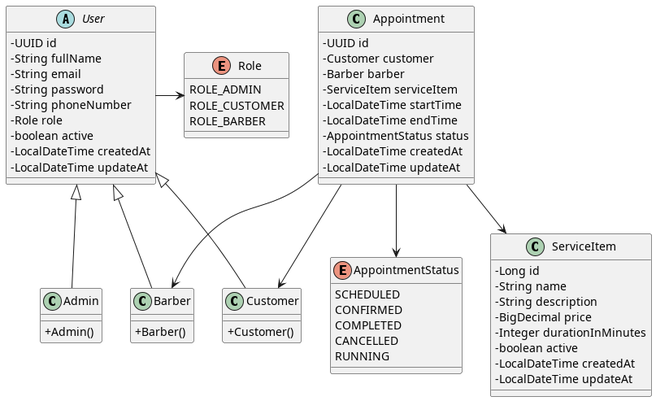
Above: docs/diagram_classes.png in MarcioFerreiraL/sistema-barbearia (PlantUML), before the change. Source of this version:
```plantuml
@startuml
skinparam classAttributeIconSize 0

abstract class User {
  - UUID id
  - String fullName
  - String email
  - String password
  - String phoneNumber
  - Role role
  - boolean active
  - LocalDateTime createdAt
  - LocalDateTime updateAt
}

class Customer {
  + Customer()
}

class Barber {
  + Barber()
}

class Admin {
  + Admin()
}

class ServiceItem {
  - Long id
  - String name
  - String description
  - BigDecimal price
  - Integer durationInMinutes
  - boolean active
  - LocalDateTime createdAt
  - LocalDateTime updateAt
}

class Appointment {
  - UUID id
  - Customer customer
  - Barber barber
  - ServiceItem serviceItem
  - LocalDateTime startTime
  - LocalDateTime endTime
  - AppointmentStatus status
  - LocalDateTime createdAt
  - LocalDateTime updateAt
}

enum Role {
  ROLE_ADMIN
  ROLE_CUSTOMER
  ROLE_BARBER
}

enum AppointmentStatus {
  SCHEDULED
  CONFIRMED
  COMPLETED
  CANCELLED
  RUNNING
}

User <|-- Customer
User <|-- Barber
User <|-- Admin
User -right-> Role
Appointment --> Customer
Appointment --> Barber
Appointment --> ServiceItem
Appointment --> AppointmentStatus
@enduml
```
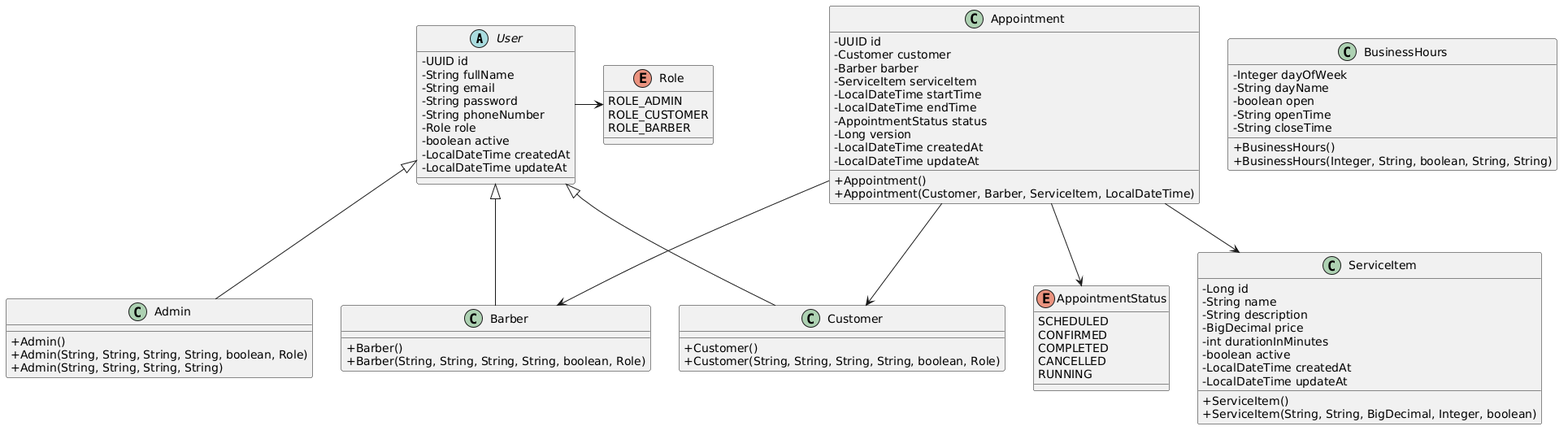
Later version of the same file.

Commit message:
docs: update use case and class diagrams and improve project documentation in README

Diff of the diagram source:
```diff
@@ -15,14 +15,18 @@
 
 class Customer {
   + Customer()
+  + Customer(String, String, String, String, boolean, Role)
 }
 
 class Barber {
   + Barber()
+  + Barber(String, String, String, String, boolean, Role)
 }
 
 class Admin {
   + Admin()
+  + Admin(String, String, String, String, boolean, Role)
+  + Admin(String, String, String, String)
 }
 
 class ServiceItem {
@@ -30,10 +34,12 @@
   - String name
   - String description
   - BigDecimal price
-  - Integer durationInMinutes
+  - int durationInMinutes
   - boolean active
   - LocalDateTime createdAt
   - LocalDateTime updateAt
+  + ServiceItem()
+  + ServiceItem(String, String, BigDecimal, Integer, boolean)
 }
 
 class Appointment {
@@ -44,8 +50,21 @@
   - LocalDateTime startTime
   - LocalDateTime endTime
   - AppointmentStatus status
+  - Long version
   - LocalDateTime createdAt
   - LocalDateTime updateAt
+  + Appointment()
+  + Appointment(Customer, Barber, ServiceItem, LocalDateTime)
+}
+
+class BusinessHours {
+  - Integer dayOfWeek
+  - String dayName
+  - boolean open
+  - String openTime
+  - String closeTime
+  + BusinessHours()
+  + BusinessHours(Integer, String, boolean, String, String)
 }
 
 enum Role {
```
